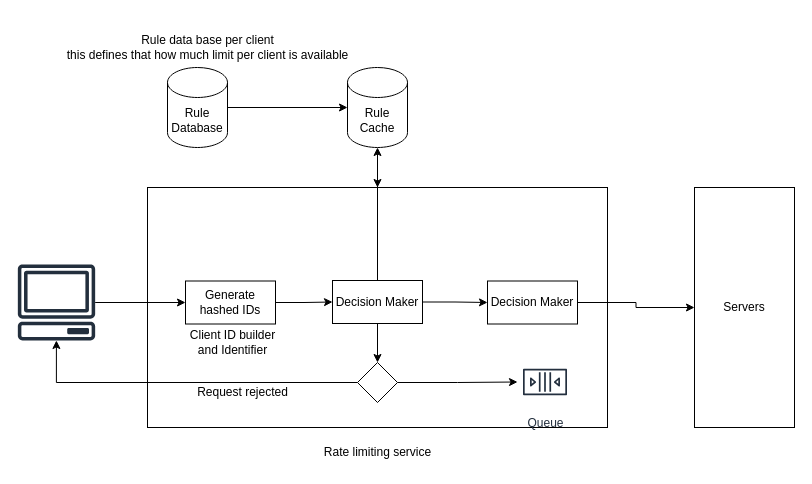
Above: Rate limiter as middle service.drawio in anshul1790/system-design-playground (draw.io), before the change. Source tidied: cells renumbered, new cells numbered last; positions are measured from the earlier drawing's top-left corner, leaving out a move shared by most shapes. Both pictures are drawn from the tidied source at 100%, with x=0, y=0 at pixel (17, 27).
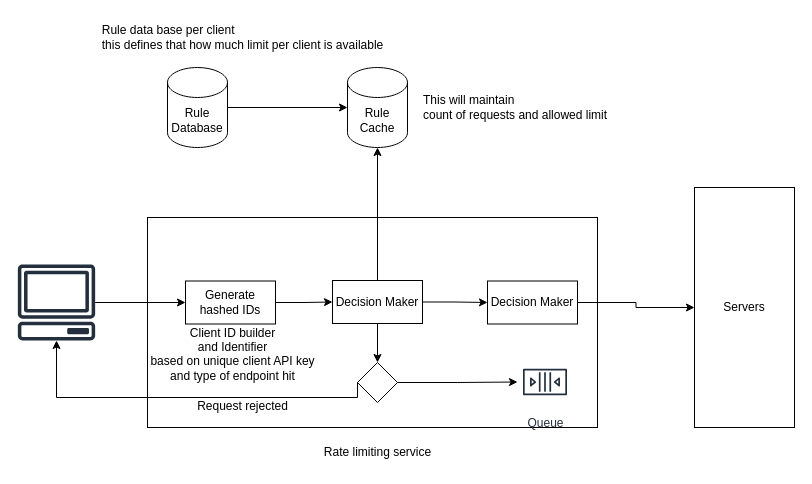
The same page after the edit.

The change refers to these unchanged cells:
```xml
<mxCell id="4" style="sketch=0;outlineConnect=0;fontColor=#232F3E;gradientColor=none;fillColor=#232F3D;strokeColor=none;dashed=0;verticalLabelPosition=bottom;verticalAlign=top;align=center;html=1;fontSize=12;fontStyle=0;shape=mxgraph.aws4.client;" parent="1" vertex="1">
  <mxGeometry y="237" width="78" height="76" as="geometry" />
</mxCell>
<mxCell id="12" value="Decision Maker" style="rounded=0;whiteSpace=wrap;html=1;" parent="1" vertex="1">
  <mxGeometry x="315" y="253" width="90" height="43" as="geometry" />
</mxCell>
<mxCell id="15" style="rhombus;whiteSpace=wrap;html=1;" parent="1" vertex="1">
  <mxGeometry x="340" y="335" width="40" height="40" as="geometry" />
</mxCell>
```

Change to the diagram source:
```diff
@@
     <mxCell id="2" style="rounded=0;whiteSpace=wrap;html=1;" parent="1" vertex="1">
-      <mxGeometry x="130" y="160" width="460" height="240" as="geometry" />
+      <mxGeometry x="130" y="190" width="450" height="210" as="geometry" />
     </mxCell>
@@
-    <mxCell id="8" value="Client ID builder&lt;div&gt;and Identifier&lt;/div&gt;" style="text;html=1;align=center;verticalAlign=middle;strokeColor=none;fillColor=none;" parent="1" vertex="1">
-      <mxGeometry x="160" y="295" width="110" height="40" as="geometry" />
+    <mxCell id="8" value="Client ID builder&lt;div&gt;and Identifier&lt;/div&gt;&lt;div&gt;based on unique client API key&lt;/div&gt;&lt;div&gt;and type of endpoint hit&lt;/div&gt;&lt;div&gt;&lt;br&gt;&lt;/div&gt;" style="text;html=1;align=center;verticalAlign=middle;strokeColor=none;fillColor=none;" parent="1" vertex="1">
+      <mxGeometry x="120" y="289" width="190" height="90" as="geometry" />
     </mxCell>
@@
-    <mxCell id="10" style="edgeStyle=orthogonalEdgeStyle;rounded=0;jettySize=auto;html=1;" parent="1" edge="1" source="12" target="2">
-      <mxGeometry relative="1" as="geometry" />
-    </mxCell>
@@
     <mxCell id="13" style="edgeStyle=orthogonalEdgeStyle;rounded=0;jettySize=auto;html=1;exitX=0;exitY=0.5;exitDx=0;exitDy=0;" parent="1" edge="1" source="15" target="4">
-      <mxGeometry relative="1" as="geometry" />
+      <mxGeometry relative="1" as="geometry">
+        <Array as="points">
+          <mxPoint x="340" y="370" />
+          <mxPoint x="39" y="370" />
+        </Array>
+      </mxGeometry>
     </mxCell>
@@
     <mxCell id="16" value="Request rejected" style="text;html=1;align=center;verticalAlign=middle;strokeColor=none;fillColor=none;" parent="1" vertex="1">
-      <mxGeometry x="170" y="350" width="110" height="30" as="geometry" />
+      <mxGeometry x="170" y="364" width="110" height="30" as="geometry" />
     </mxCell>
@@
-    <mxCell id="19" value="Rule data base per client&lt;div&gt;this defines that how much limit per client is available&lt;/div&gt;" style="text;html=1;align=center;verticalAlign=middle;strokeColor=none;fillColor=none;" parent="1" vertex="1">
-      <mxGeometry x="40" width="300" height="40" as="geometry" />
+    <mxCell id="19" value="&lt;div style=&quot;text-align: justify;&quot;&gt;&lt;span style=&quot;background-color: initial;&quot;&gt;Rule data base per client&lt;/span&gt;&lt;/div&gt;&lt;div style=&quot;text-align: justify;&quot;&gt;this defines that how much limit per client is available&lt;/div&gt;" style="text;html=1;align=center;verticalAlign=middle;strokeColor=none;fillColor=none;" parent="1" vertex="1">
+      <mxGeometry x="75" y="-10" width="300" height="40" as="geometry" />
     </mxCell>
@@
+    <mxCell id="26" value="This will maintain&lt;div&gt;count of requests and allowed limit&lt;/div&gt;" style="text;html=1;align=left;verticalAlign=middle;strokeColor=none;fillColor=none;" parent="1" vertex="1">
+      <mxGeometry x="404" y="60" width="210" height="40" as="geometry" />
+    </mxCell>
```
